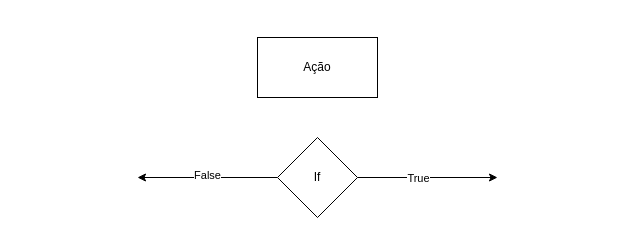
Before: Diagrama sem nome.drawio in verzaa/verzaa, a draw.io diagram. Source tidied: cells renumbered, new cells numbered last; positions are measured from the earlier drawing's top-left corner, leaving out a move shared by most shapes. Both pictures are drawn from the tidied source at 100%, with x=0, y=0 at pixel (137, 37).
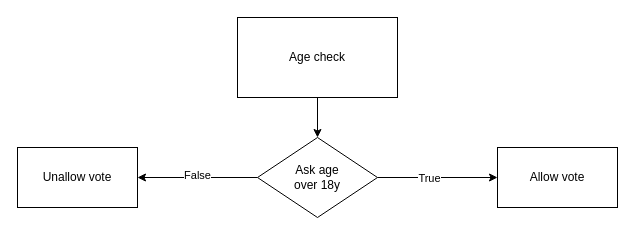
The same page after the edit.

What changed in the source:
```diff
@@
 <mxGraphModel>
   <root>
     <mxCell id="0" />
     <mxCell id="1" parent="0" />
+    <mxCell id="8" style="edgeStyle=orthogonalEdgeStyle;rounded=0;jettySize=auto;html=1;entryX=0.5;entryY=0;entryDx=0;entryDy=0;" parent="1" edge="1" source="2" target="7">
+      <mxGeometry relative="1" as="geometry" />
+    </mxCell>
-    <mxCell id="2" value="Ação" style="rounded=0;whiteSpace=wrap;html=1;" parent="1" vertex="1">
-      <mxGeometry x="120" width="120" height="60" as="geometry" />
+    <mxCell id="2" value="Age check" style="rounded=0;whiteSpace=wrap;html=1;" parent="1" vertex="1">
+      <mxGeometry x="100" y="-20" width="160" height="80" as="geometry" />
     </mxCell>
     <mxCell id="3" style="edgeStyle=orthogonalEdgeStyle;rounded=0;jettySize=auto;html=1;" parent="1" edge="1" source="7">
       <mxGeometry relative="1" as="geometry">
         <mxPoint x="360" y="140" as="targetPoint" />
       </mxGeometry>
     </mxCell>
     <mxCell id="4" value="True" style="edgeLabel;html=1;align=center;verticalAlign=middle;" parent="3" vertex="1">
       <mxGeometry x="-0.15" relative="1" as="geometry" />
     </mxCell>
     <mxCell id="5" style="edgeStyle=orthogonalEdgeStyle;rounded=0;jettySize=auto;html=1;" parent="1" edge="1" source="7">
       <mxGeometry relative="1" as="geometry">
         <mxPoint y="140" as="targetPoint" />
       </mxGeometry>
     </mxCell>
     <mxCell id="6" value="False" style="edgeLabel;html=1;align=center;verticalAlign=middle;" parent="5" vertex="1">
       <mxGeometry x="-0.01" y="-3" relative="1" as="geometry">
         <mxPoint x="-1" as="offset" />
       </mxGeometry>
     </mxCell>
-    <mxCell id="7" value="If" style="rhombus;whiteSpace=wrap;html=1;" parent="1" vertex="1">
-      <mxGeometry x="140" y="100" width="80" height="80" as="geometry" />
+    <mxCell id="7" value="Ask age&lt;div&gt;over 18y&lt;/div&gt;" style="rhombus;whiteSpace=wrap;html=1;" parent="1" vertex="1">
+      <mxGeometry x="120" y="100" width="120" height="80" as="geometry" />
     </mxCell>
+    <mxCell id="9" value="Allow vote" style="rounded=0;whiteSpace=wrap;html=1;" parent="1" vertex="1">
+      <mxGeometry x="360" y="110" width="120" height="60" as="geometry" />
+    </mxCell>
+    <mxCell id="10" value="Unallow vote" style="rounded=0;whiteSpace=wrap;html=1;" parent="1" vertex="1">
+      <mxGeometry x="-120" y="110" width="120" height="60" as="geometry" />
+    </mxCell>
   </root>
 </mxGraphModel>
```
